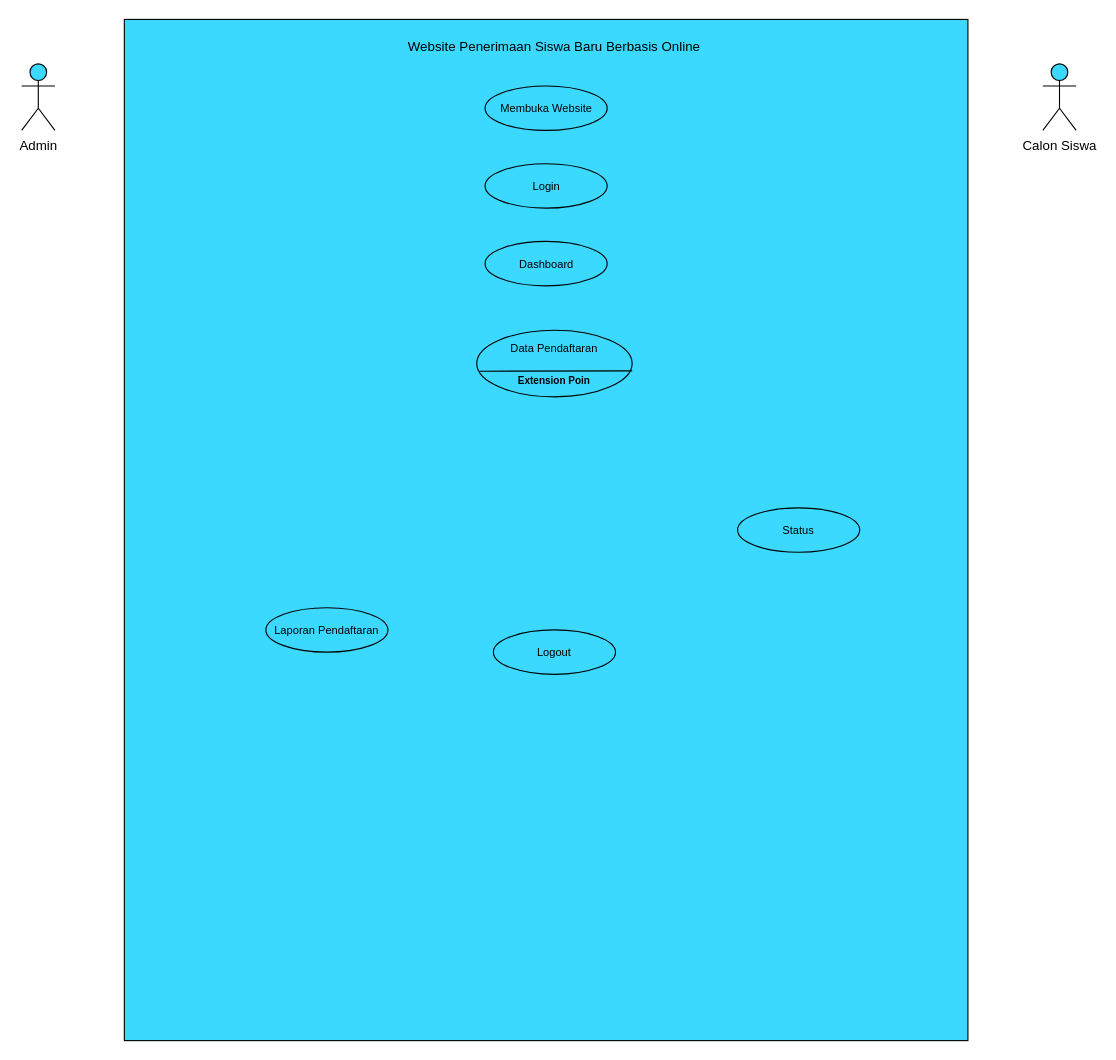
Before: Rancangan Diagram Sistem.drawio in danangsptro/register-vhs, a draw.io diagram. Source tidied: cells renumbered, new cells numbered last; positions are measured from the earlier drawing's top-left corner, leaving out a move shared by most shapes. Both pictures are drawn from the tidied source at 111%, with x=0, y=0 at pixel (21, 19).
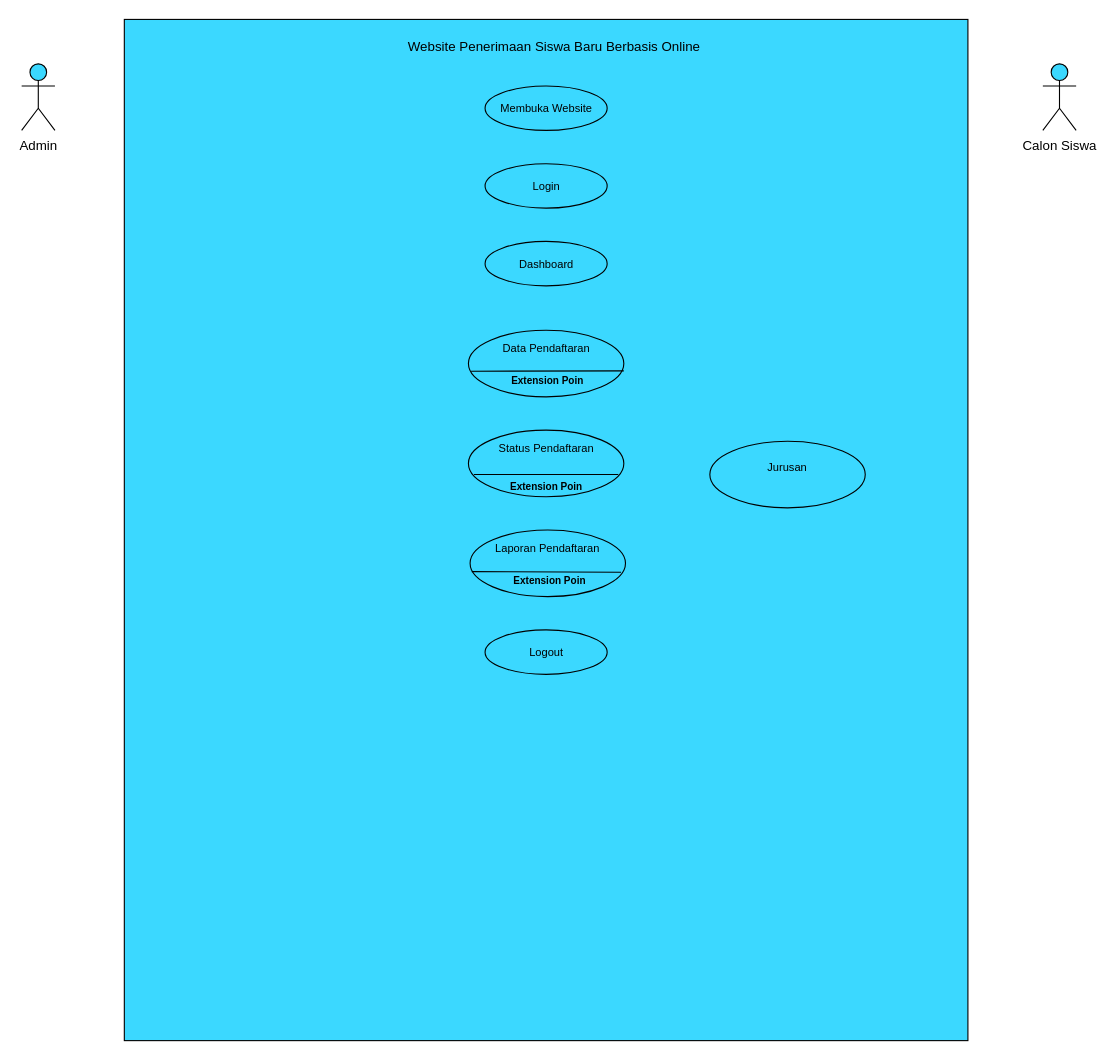
The same diagram, later.

Change to the diagram source:
```diff
@@
     <mxCell id="9" value="&lt;font style=&quot;font-size: 10px;&quot;&gt;Data Pendaftaran&lt;br&gt;&lt;br&gt;&lt;br&gt;&lt;/font&gt;" style="ellipse;whiteSpace=wrap;html=1;align=center;newEdgeStyle={&quot;edgeStyle&quot;:&quot;entityRelationEdgeStyle&quot;,&quot;startArrow&quot;:&quot;none&quot;,&quot;endArrow&quot;:&quot;none&quot;,&quot;segment&quot;:10,&quot;curved&quot;:1};strokeColor=#000000;fillColor=#3BD8FF;" parent="1" vertex="1">
-      <mxGeometry x="410" y="280" width="140" height="60" as="geometry" />
+      <mxGeometry x="402.5" y="280" width="140" height="60" as="geometry" />
     </mxCell>
-    <mxCell id="10" value="&lt;span style=&quot;font-size: 10px;&quot;&gt;Status&lt;/span&gt;" style="ellipse;whiteSpace=wrap;html=1;align=center;newEdgeStyle={&quot;edgeStyle&quot;:&quot;entityRelationEdgeStyle&quot;,&quot;startArrow&quot;:&quot;none&quot;,&quot;endArrow&quot;:&quot;none&quot;,&quot;segment&quot;:10,&quot;curved&quot;:1};strokeColor=#000000;fillColor=#3BD8FF;" parent="1" vertex="1">
-      <mxGeometry x="645" y="440" width="110" height="40" as="geometry" />
-    </mxCell>
-    <mxCell id="11" value="&lt;span style=&quot;font-size: 10px;&quot;&gt;Laporan Pendaftaran&lt;/span&gt;" style="ellipse;whiteSpace=wrap;html=1;align=center;newEdgeStyle={&quot;edgeStyle&quot;:&quot;entityRelationEdgeStyle&quot;,&quot;startArrow&quot;:&quot;none&quot;,&quot;endArrow&quot;:&quot;none&quot;,&quot;segment&quot;:10,&quot;curved&quot;:1};strokeColor=#000000;fillColor=#3BD8FF;" parent="1" vertex="1">
-      <mxGeometry x="220" y="530" width="110" height="40" as="geometry" />
-    </mxCell>
     <mxCell id="12" value="&lt;span style=&quot;font-size: 10px;&quot;&gt;Logout&lt;/span&gt;" style="ellipse;whiteSpace=wrap;html=1;align=center;newEdgeStyle={&quot;edgeStyle&quot;:&quot;entityRelationEdgeStyle&quot;,&quot;startArrow&quot;:&quot;none&quot;,&quot;endArrow&quot;:&quot;none&quot;,&quot;segment&quot;:10,&quot;curved&quot;:1};strokeColor=#000000;fillColor=#3BD8FF;" parent="1" vertex="1">
-      <mxGeometry x="425" y="550" width="110" height="40" as="geometry" />
+      <mxGeometry x="417.5" y="550" width="110" height="40" as="geometry" />
     </mxCell>
@@
     <mxCell id="14" value="&lt;b&gt;&lt;font style=&quot;font-size: 9px;&quot;&gt;Extension Poin&lt;/font&gt;&lt;/b&gt;" style="text;html=1;strokeColor=none;fillColor=none;align=center;verticalAlign=middle;whiteSpace=wrap;rounded=0;fontSize=10;" parent="1" vertex="1">
-      <mxGeometry x="410" y="310" width="140" height="30" as="geometry" />
+      <mxGeometry x="404" y="310" width="140" height="30" as="geometry" />
     </mxCell>
+    <mxCell id="15" value="&lt;font style=&quot;font-size: 10px;&quot;&gt;Status Pendaftaran&lt;br&gt;&lt;br&gt;&lt;br&gt;&lt;/font&gt;" style="ellipse;whiteSpace=wrap;html=1;align=center;newEdgeStyle={&quot;edgeStyle&quot;:&quot;entityRelationEdgeStyle&quot;,&quot;startArrow&quot;:&quot;none&quot;,&quot;endArrow&quot;:&quot;none&quot;,&quot;segment&quot;:10,&quot;curved&quot;:1};strokeColor=#000000;fillColor=#3BD8FF;" parent="1" vertex="1">
+      <mxGeometry x="402.5" y="370" width="140" height="60" as="geometry" />
+    </mxCell>
+    <mxCell id="16" style="endArrow=none;html=1;rounded=0;" parent="1" edge="1">
+      <mxGeometry relative="1" as="geometry">
+        <mxPoint x="407.5" y="410" as="sourcePoint" />
+        <mxPoint x="537.5" y="410" as="targetPoint" />
+      </mxGeometry>
+    </mxCell>
+    <mxCell id="17" value="&lt;b&gt;&lt;font style=&quot;font-size: 9px;&quot;&gt;Extension Poin&lt;/font&gt;&lt;/b&gt;" style="text;html=1;strokeColor=none;fillColor=none;align=center;verticalAlign=middle;whiteSpace=wrap;rounded=0;fontSize=10;" parent="1" vertex="1">
+      <mxGeometry x="402.5" y="400" width="140" height="40" as="geometry" />
+    </mxCell>
+    <mxCell id="11" value="&lt;font style=&quot;font-size: 10px;&quot;&gt;Laporan Pendaftaran&lt;br&gt;&lt;br&gt;&lt;br&gt;&lt;/font&gt;" style="ellipse;whiteSpace=wrap;html=1;align=center;newEdgeStyle={&quot;edgeStyle&quot;:&quot;entityRelationEdgeStyle&quot;,&quot;startArrow&quot;:&quot;none&quot;,&quot;endArrow&quot;:&quot;none&quot;,&quot;segment&quot;:10,&quot;curved&quot;:1};strokeColor=#000000;fillColor=#3BD8FF;" parent="1" vertex="1">
+      <mxGeometry x="404" y="460" width="140" height="60" as="geometry" />
+    </mxCell>
+    <mxCell id="18" value="&lt;b&gt;&lt;font style=&quot;font-size: 9px;&quot;&gt;Extension Poin&lt;/font&gt;&lt;/b&gt;" style="text;html=1;strokeColor=none;fillColor=none;align=center;verticalAlign=middle;whiteSpace=wrap;rounded=0;fontSize=10;" parent="1" vertex="1">
+      <mxGeometry x="405.5" y="490" width="140" height="30" as="geometry" />
+    </mxCell>
+    <mxCell id="19" style="endArrow=none;html=1;rounded=0;exitX=0;exitY=0.25;exitDx=0;exitDy=0;" parent="1" edge="1" source="18">
+      <mxGeometry relative="1" as="geometry">
+        <mxPoint x="540" y="498" as="targetPoint" />
+      </mxGeometry>
+    </mxCell>
+    <mxCell id="20" value="&lt;font style=&quot;font-size: 10px;&quot;&gt;Jurusan&lt;br&gt;&lt;br&gt;&lt;/font&gt;" style="ellipse;whiteSpace=wrap;html=1;align=center;newEdgeStyle={&quot;edgeStyle&quot;:&quot;entityRelationEdgeStyle&quot;,&quot;startArrow&quot;:&quot;none&quot;,&quot;endArrow&quot;:&quot;none&quot;,&quot;segment&quot;:10,&quot;curved&quot;:1};strokeColor=#000000;fillColor=#3BD8FF;" parent="1" vertex="1">
+      <mxGeometry x="620" y="380" width="140" height="60" as="geometry" />
+    </mxCell>
```
